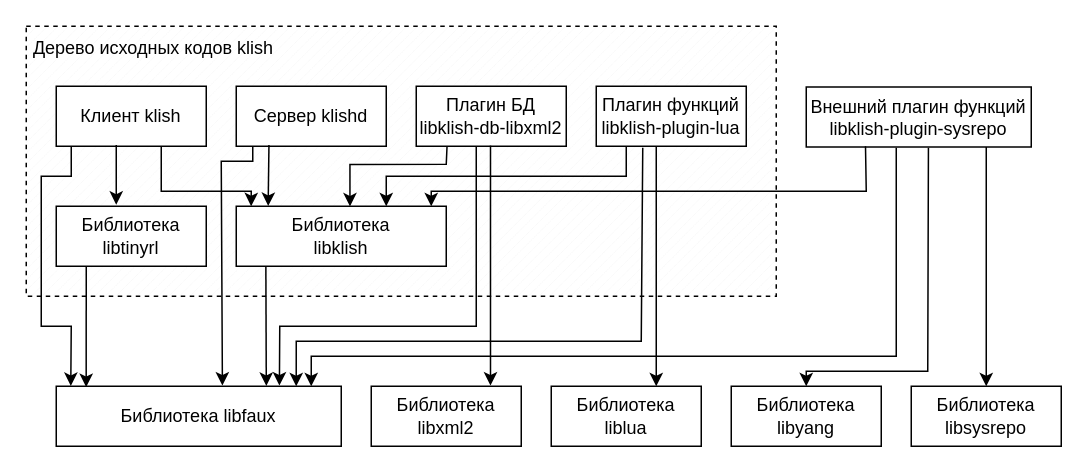
This is docs/klish-libs.drawio from nawawi/klish, a draw.io file, before an edit. Source tidied: cells renumbered, new cells numbered last; positions are measured from the earlier drawing's top-left corner, leaving out a move shared by most shapes. Both pictures are drawn from the tidied source at 150%, with x=0, y=0 at pixel (26, 26).
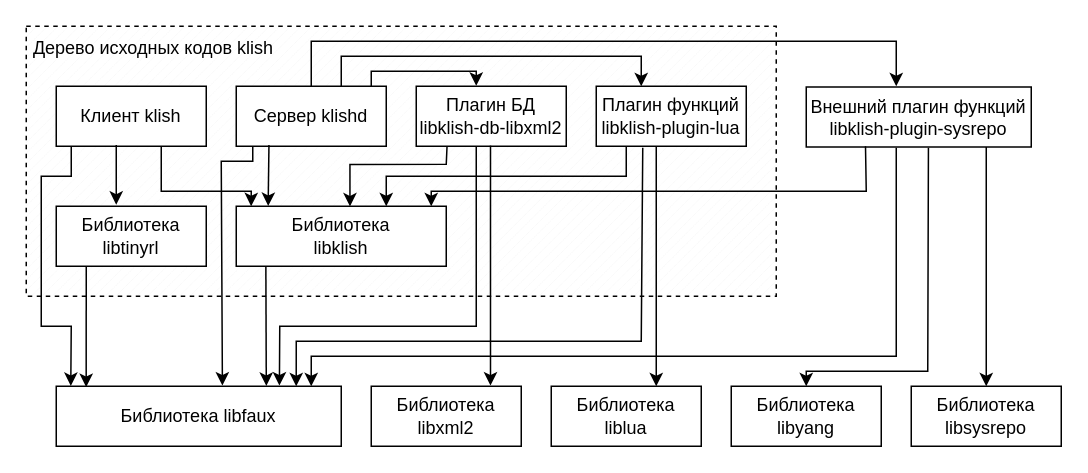
The same page after the edit.

Commit message (it also covers changes not shown here):
doc: klish-libs picture fix

What changed in the source:
```diff
@@
+    <mxCell id="33" style="endArrow=classic;html=1;rounded=0;exitX=0.46;exitY=0.224;exitDx=0;exitDy=0;exitPerimeter=0;entryX=0.4;entryY=0;entryDx=0;entryDy=0;entryPerimeter=0;" parent="1" edge="1">
+      <mxGeometry relative="1" as="geometry">
+        <mxPoint x="230" y="40" as="sourcePoint" />
+        <mxPoint x="300" y="39.7" as="targetPoint" />
+        <Array as="points">
+          <mxPoint x="230" y="30" />
+          <mxPoint x="300" y="30" />
+        </Array>
+      </mxGeometry>
+    </mxCell>
+    <mxCell id="34" style="endArrow=classic;html=1;rounded=0;exitX=0.427;exitY=0.221;exitDx=0;exitDy=0;exitPerimeter=0;" parent="1" edge="1">
+      <mxGeometry relative="1" as="geometry">
+        <mxPoint x="210" y="39.8" as="sourcePoint" />
+        <mxPoint x="410" y="40" as="targetPoint" />
+        <Array as="points">
+          <mxPoint x="210" y="20" />
+          <mxPoint x="410" y="20" />
+        </Array>
+      </mxGeometry>
+    </mxCell>
+    <mxCell id="35" style="endArrow=classic;html=1;rounded=0;exitX=0.427;exitY=0.221;exitDx=0;exitDy=0;exitPerimeter=0;" parent="1" edge="1">
+      <mxGeometry relative="1" as="geometry">
+        <mxPoint x="190" y="40.3" as="sourcePoint" />
+        <mxPoint x="580" y="40" as="targetPoint" />
+        <Array as="points">
+          <mxPoint x="190" y="10" />
+          <mxPoint x="580" y="10" />
+        </Array>
+      </mxGeometry>
+    </mxCell>
```
